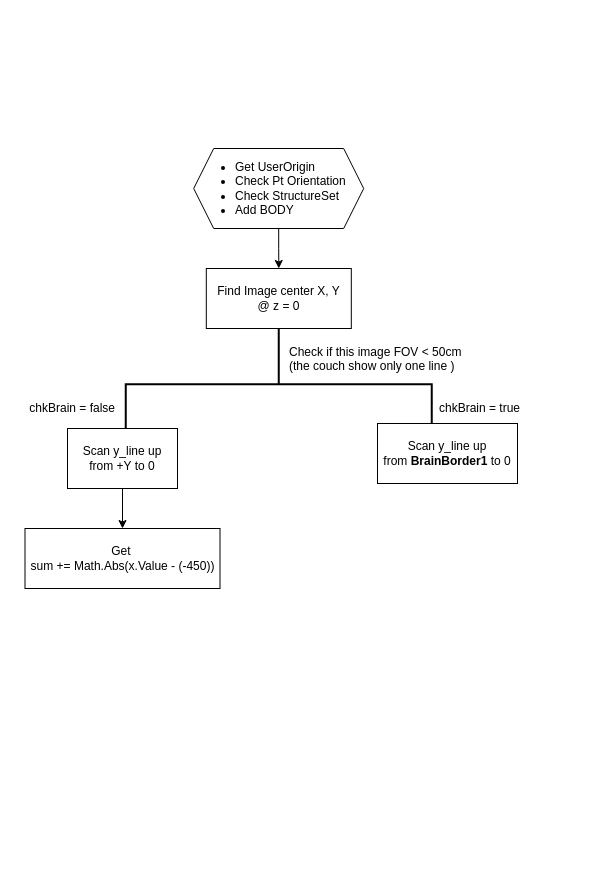
This is CouchPhoton_Process.drawio from eatingwu1009/CouchInsert, a draw.io file, before an edit. Source tidied: cells renumbered, new cells numbered last; positions are measured from the earlier drawing's top-left corner, leaving out a move shared by most shapes. Both pictures are drawn from the tidied source at 100%, with x=0, y=0 at pixel (17, 148).
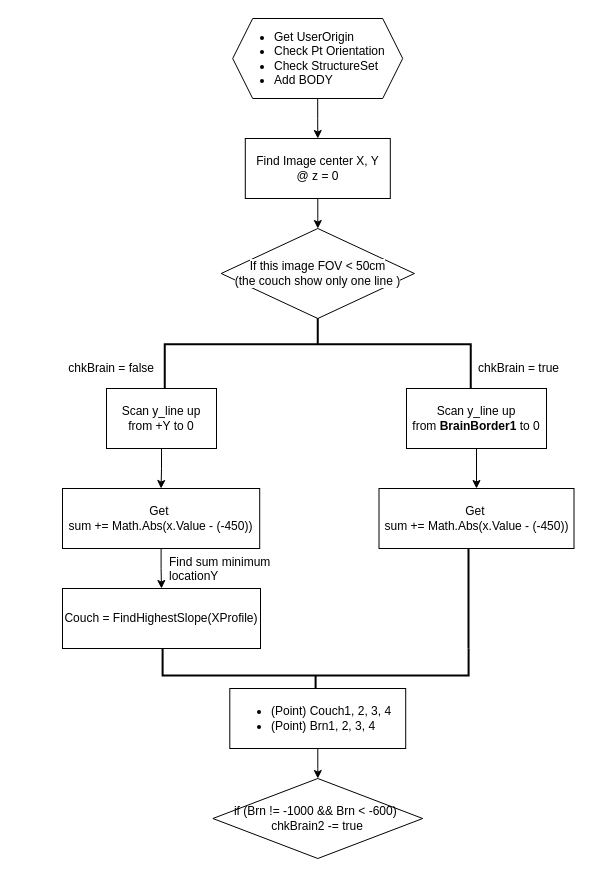
The same page after the edit.

What changed in the source:
```diff
@@
     <mxCell id="3" value="&lt;ul&gt;&lt;li&gt;Get UserOrigin&lt;/li&gt;&lt;li style=&quot;&quot;&gt;Check Pt Orientation&lt;/li&gt;&lt;li style=&quot;&quot;&gt;Check StructureSet&lt;/li&gt;&lt;li style=&quot;&quot;&gt;Add BODY&amp;nbsp;&lt;/li&gt;&lt;/ul&gt;" style="shape=hexagon;perimeter=hexagonPerimeter2;whiteSpace=wrap;html=1;fixedSize=1;align=left;" parent="1" vertex="1">
-      <mxGeometry x="176.2" width="170" height="80" as="geometry" />
+      <mxGeometry x="215.2" y="-130" width="170" height="80" as="geometry" />
     </mxCell>
+    <mxCell id="13" style="edgeStyle=orthogonalEdgeStyle;rounded=0;jettySize=auto;html=1;" parent="1" edge="1" source="4" target="23">
+      <mxGeometry relative="1" as="geometry" />
+    </mxCell>
     <mxCell id="4" value="Find Image center X, Y &lt;br&gt;@ z = 0" style="whiteSpace=wrap;html=1;align=center;" parent="1" vertex="1">
-      <mxGeometry x="188.8" y="120" width="145" height="60" as="geometry" />
+      <mxGeometry x="227.8" y="-10" width="145" height="60" as="geometry" />
     </mxCell>
     <mxCell id="5" style="strokeWidth=2;html=1;shape=mxgraph.flowchart.annotation_2;align=left;labelPosition=right;rotation=90;" parent="1" vertex="1">
-      <mxGeometry x="205.3" y="82.8" width="111.9" height="306" as="geometry" />
+      <mxGeometry x="244.3" y="42.8" width="111.9" height="306" as="geometry" />
     </mxCell>
-    <mxCell id="6" value="Check if this image FOV &amp;lt; 50cm&lt;br&gt;(the couch show only one line )" style="text;whiteSpace=wrap;html=1;align=left;" parent="1" vertex="1">
-      <mxGeometry x="270" y="190" width="220" height="40" as="geometry" />
-    </mxCell>
@@
     <mxCell id="8" value="Scan y_line up &lt;br&gt;from +Y to 0" style="rounded=0;whiteSpace=wrap;html=1;" parent="1" vertex="1">
-      <mxGeometry x="50" y="280" width="110" height="60" as="geometry" />
+      <mxGeometry x="89" y="240" width="110" height="60" as="geometry" />
     </mxCell>
     <mxCell id="9" value="chkBrain = true" style="text;whiteSpace=wrap;html=1;" parent="1" vertex="1">
-      <mxGeometry x="420" y="246" width="110" height="20" as="geometry" />
+      <mxGeometry x="459" y="206" width="110" height="20" as="geometry" />
     </mxCell>
     <mxCell id="10" value="chkBrain = false" style="text;whiteSpace=wrap;html=1;align=right;" parent="1" vertex="1">
-      <mxGeometry y="246" width="100" height="20" as="geometry" />
+      <mxGeometry x="39" y="206" width="100" height="20" as="geometry" />
     </mxCell>
+    <mxCell id="14" style="edgeStyle=orthogonalEdgeStyle;rounded=0;jettySize=auto;html=1;" parent="1" edge="1" source="11" target="16">
+      <mxGeometry relative="1" as="geometry" />
+    </mxCell>
     <mxCell id="11" value="Scan y_line up &lt;br&gt;from &lt;b&gt;BrainBorder1&lt;/b&gt; to 0" style="rounded=0;whiteSpace=wrap;html=1;" parent="1" vertex="1">
-      <mxGeometry x="360" y="275" width="140" height="60" as="geometry" />
+      <mxGeometry x="389" y="240" width="140" height="60" as="geometry" />
     </mxCell>
+    <mxCell id="15" style="edgeStyle=orthogonalEdgeStyle;rounded=0;jettySize=auto;html=1;" parent="1" edge="1" source="12" target="17">
+      <mxGeometry relative="1" as="geometry" />
+    </mxCell>
     <mxCell id="12" value="Get&amp;nbsp;&lt;br&gt;sum += Math.Abs(x.Value - (-450))" style="rounded=0;whiteSpace=wrap;html=1;" parent="1" vertex="1">
-      <mxGeometry x="7.5" y="380" width="195" height="60" as="geometry" />
+      <mxGeometry x="45" y="340" width="197.2" height="60" as="geometry" />
     </mxCell>
+    <mxCell id="16" value="Get&amp;nbsp;&lt;br&gt;sum += Math.Abs(x.Value - (-450))" style="rounded=0;whiteSpace=wrap;html=1;" parent="1" vertex="1">
+      <mxGeometry x="361.5" y="340" width="195" height="60" as="geometry" />
+    </mxCell>
+    <mxCell id="17" value="Couch = FindHighestSlope(XProfile)" style="whiteSpace=wrap;html=1;rounded=0;" parent="1" vertex="1">
+      <mxGeometry x="45" y="440" width="198" height="60" as="geometry" />
+    </mxCell>
+    <mxCell id="18" value="Find sum minimum locationY" style="text;whiteSpace=wrap;html=1;align=left;" parent="1" vertex="1">
+      <mxGeometry x="150" y="400" width="120" height="40" as="geometry" />
+    </mxCell>
+    <mxCell id="19" style="strokeWidth=2;html=1;shape=mxgraph.flowchart.annotation_2;align=left;labelPosition=right;rotation=-90;" parent="1" vertex="1">
+      <mxGeometry x="271.1" y="374.1" width="54" height="306" as="geometry" />
+    </mxCell>
+    <mxCell id="20" style="endArrow=none;html=1;rounded=0;fontSize=12;strokeWidth=2;" parent="1" edge="1">
+      <mxGeometry relative="1" as="geometry">
+        <mxPoint x="451" y="500" as="sourcePoint" />
+        <mxPoint x="451" y="400" as="targetPoint" />
+      </mxGeometry>
+    </mxCell>
+    <mxCell id="21" style="edgeStyle=orthogonalEdgeStyle;rounded=0;jettySize=auto;html=1;" parent="1" edge="1" source="22" target="24">
+      <mxGeometry relative="1" as="geometry" />
+    </mxCell>
+    <mxCell id="22" value="&lt;ul&gt;&lt;li&gt;(Point) Couch1, 2, 3, 4&lt;/li&gt;&lt;li&gt;(Point)&amp;nbsp;Brn1, 2, 3, 4&amp;nbsp;&lt;/li&gt;&lt;/ul&gt;" style="rounded=0;whiteSpace=wrap;html=1;align=left;" parent="1" vertex="1">
+      <mxGeometry x="212.3" y="540" width="175.9" height="60" as="geometry" />
+    </mxCell>
+    <mxCell id="23" value="&lt;span style=&quot;color: rgb(0, 0, 0); font-family: Helvetica; font-size: 12px; font-style: normal; font-variant-ligatures: normal; font-variant-caps: normal; font-weight: 400; letter-spacing: normal; orphans: 2; text-align: left; text-indent: 0px; text-transform: none; widows: 2; word-spacing: 0px; -webkit-text-stroke-width: 0px; background-color: rgb(251, 251, 251); text-decoration-thickness: initial; text-decoration-style: initial; text-decoration-color: initial; float: none; display: inline !important;&quot;&gt;If this image FOV &amp;lt; 50cm&lt;/span&gt;&lt;br style=&quot;border-color: var(--border-color); color: rgb(0, 0, 0); font-family: Helvetica; font-size: 12px; font-style: normal; font-variant-ligatures: normal; font-variant-caps: normal; font-weight: 400; letter-spacing: normal; orphans: 2; text-align: left; text-indent: 0px; text-transform: none; widows: 2; word-spacing: 0px; -webkit-text-stroke-width: 0px; background-color: rgb(251, 251, 251); text-decoration-thickness: initial; text-decoration-style: initial; text-decoration-color: initial;&quot;&gt;&lt;span style=&quot;color: rgb(0, 0, 0); font-family: Helvetica; font-size: 12px; font-style: normal; font-variant-ligatures: normal; font-variant-caps: normal; font-weight: 400; letter-spacing: normal; orphans: 2; text-align: left; text-indent: 0px; text-transform: none; widows: 2; word-spacing: 0px; -webkit-text-stroke-width: 0px; background-color: rgb(251, 251, 251); text-decoration-thickness: initial; text-decoration-style: initial; text-decoration-color: initial; float: none; display: inline !important;&quot;&gt;(the couch show only one line )&lt;/span&gt;" style="rhombus;whiteSpace=wrap;html=1;" parent="1" vertex="1">
+      <mxGeometry x="203.7" y="80" width="193.2" height="90" as="geometry" />
+    </mxCell>
+    <mxCell id="24" value="if (Brn != -1000 &amp;amp;&amp;amp; Brn &amp;lt; -600)&amp;nbsp; chkBrain2 -= true" style="rhombus;whiteSpace=wrap;html=1;align=center;rounded=0;verticalAlign=middle;" parent="1" vertex="1">
+      <mxGeometry x="195.4" y="630" width="209.8" height="80" as="geometry" />
+    </mxCell>
```
